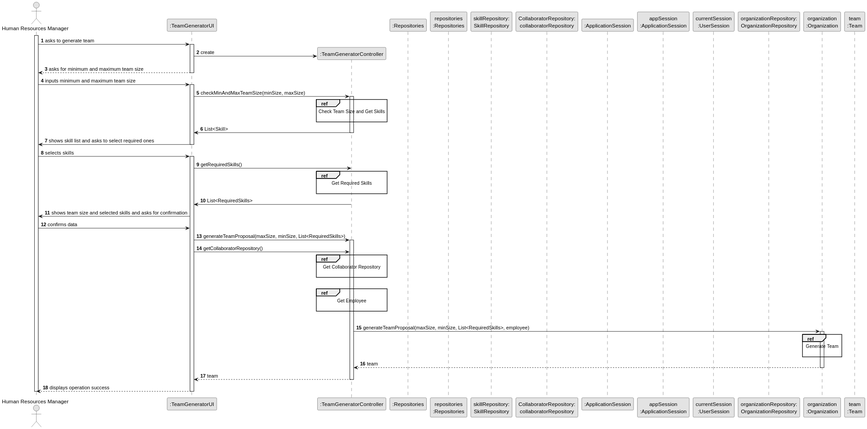
Above: docs/sprint2/us005/03.design/svg/us005-sequence-diagram-split.svg in tiagosoa/lei-24-s2-1dgh-g073 (PlantUML), before the change. Its diagram source:
```plantuml
@startuml
skinparam monochrome true
skinparam packageStyle rectangle
skinparam shadowing false

autonumber

actor "Human Resources Manager" as ADM
participant ":TeamGeneratorUI" as UI
participant ":TeamGeneratorController" as CTRL
participant ":Repositories" as RepositorySingleton
participant "repositories\n:Repositories" as PLAT
participant "skillRepository:\nSkillRepository" as SR
participant "CollaboratorRepository:\ncollaboratorRepository" as CR
participant ":ApplicationSession" as _APP
participant "appSession\n:ApplicationSession" as APP
participant "currentSession\n:UserSession" as SESSAO
participant "organizationRepository:\nOrganizationRepository" as OrganizationRepository
participant "organization\n:Organization" as ORG
participant "team\n:Team" as EQUIPA

activate ADM

        ADM -> UI : asks to generate team

        activate UI

            UI -> CTRL** : create

            UI --> ADM : asks for minimum and maximum team size
        deactivate UI

    ADM -> UI : inputs minimum and maximum team size
    activate UI

        UI -> CTRL : checkMinAndMaxTeamSize(minSize, maxSize)
        activate CTRL

                ref over CTRL
                    Check Team Size and Get Skills

                end ref

        CTRL -> UI : List<Skill>
        deactivate CTRL

    UI -> ADM : shows skill list and asks to select required ones
    deactivate UI

    ADM -> UI : selects skills
    activate UI

    UI -> CTRL : getRequiredSkills()

            ref over CTRL
                Get Required Skills

            end ref

    CTRL -> UI : List<RequiredSkills>
    deactivate CTRL

    UI -> ADM : shows team size and selected skills and asks for confirmation

    ADM -> UI : confirms data

          UI -> CTRL : generateTeamProposal(maxSize, minSize, List<RequiredSkills>)
            activate CTRL

          UI -> CTRL : getCollaboratorRepository()



                    ref over CTRL
                        Get Collaborator Repository

                    end ref
            |||
                               ref over CTRL
                                   Get Employee

                               end ref

            |||
            CTRL -> ORG: generateTeamProposal(maxSize, minSize, List<RequiredSkills>, employee)
            activate ORG

                    ref over ORG
                        Generate Team

                    end ref
                ORG --> CTRL : team

            deactivate ORG

            CTRL --> UI: team
            deactivate CTRL
            UI --> ADM: displays operation success
    deactivate UI

deactivate ADM
@enduml
```
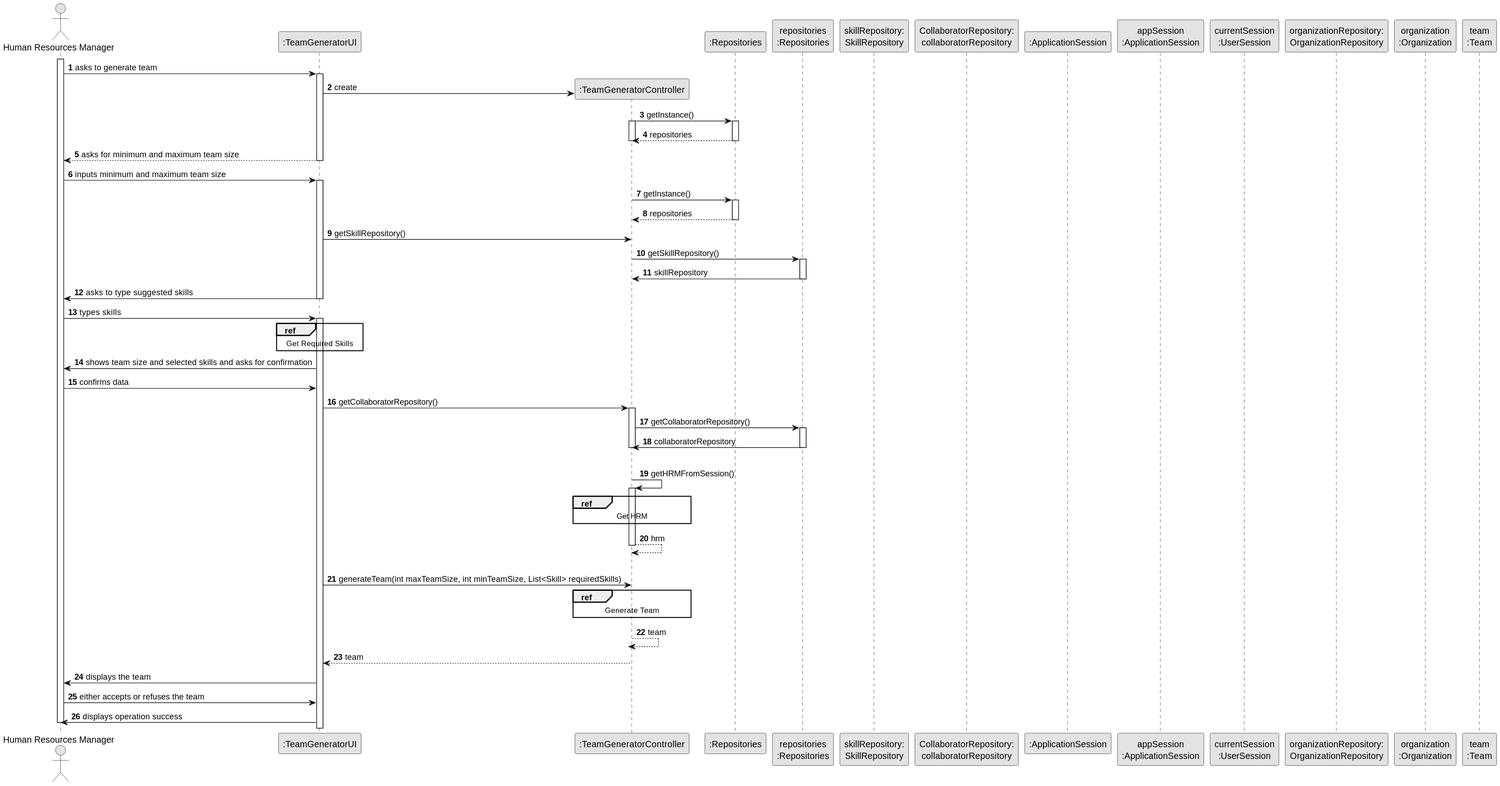
The same file after the commit.

Diff of the diagram source:
```diff
@@ -27,76 +27,91 @@
 
             UI -> CTRL** : create
 
+                CTRL -> RepositorySingleton : getInstance()
+                activate CTRL
+                activate RepositorySingleton
+
+                    RepositorySingleton --> CTRL: repositories
+                deactivate RepositorySingleton
+                deactivate CTRL
+
             UI --> ADM : asks for minimum and maximum team size
         deactivate UI
 
     ADM -> UI : inputs minimum and maximum team size
     activate UI
 
-        UI -> CTRL : checkMinAndMaxTeamSize(minSize, maxSize)
-        activate CTRL
+                        CTRL -> RepositorySingleton : getInstance()
+                        activate RepositorySingleton
 
-                ref over CTRL
-                    Check Team Size and Get Skills
+                            RepositorySingleton --> CTRL: repositories
+                        deactivate RepositorySingleton
 
-                end ref
 
-        CTRL -> UI : List<Skill>
-        deactivate CTRL
+        UI -> CTRL : getSkillRepository()
 
-    UI -> ADM : shows skill list and asks to select required ones
+        CTRL -> PLAT : getSkillRepository()
+                activate PLAT
+
+            PLAT -> CTRL : skillRepository
+            deactivate PLAT
+    UI -> ADM : asks to type suggested skills
     deactivate UI
 
-    ADM -> UI : selects skills
+    ADM -> UI : types skills
     activate UI
 
-    UI -> CTRL : getRequiredSkills()
-
-            ref over CTRL
-                Get Required Skills
-
-            end ref
-
-    CTRL -> UI : List<RequiredSkills>
-    deactivate CTRL
+ref over UI
+Get Required Skills
+end
 
     UI -> ADM : shows team size and selected skills and asks for confirmation
 
     ADM -> UI : confirms data
 
-          UI -> CTRL : generateTeamProposal(maxSize, minSize, List<RequiredSkills>)
-            activate CTRL
-
-          UI -> CTRL : getCollaboratorRepository()
 
 
 
-                    ref over CTRL
-                        Get Collaborator Repository
+          UI -> CTRL : getCollaboratorRepository()
+          activate CTRL
 
-                    end ref
-            |||
-                               ref over CTRL
-                                   Get Employee
 
-                               end ref
+            CTRL -> PLAT : getCollaboratorRepository()
+                activate PLAT
+
+            PLAT -> CTRL : collaboratorRepository
+            deactivate PLAT
+            deactivate CTRL
+
+
 
             |||
-            CTRL -> ORG: generateTeamProposal(maxSize, minSize, List<RequiredSkills>, employee)
-            activate ORG
+            CTRL -> CTRL : getHRMFromSession()
+            activate CTRL
 
-                    ref over ORG
-                        Generate Team
+                ref over CTRL
+                Get HRM
+                end
 
-                    end ref
-                ORG --> CTRL : team
+                CTRL --> CTRL : hrm
+            deactivate CTRL
 
-            deactivate ORG
+            |||
+            UI -> CTRL: generateTeam(int maxTeamSize, int minTeamSize, List<Skill> requiredSkills)
 
-            CTRL --> UI: team
+
+                ref over CTRL
+                Generate Team
+                end
+            CTRL --> CTRL: team
             deactivate CTRL
-            UI --> ADM: displays operation success
-    deactivate UI
+
+                        CTRL --> UI: team
+                        deactivate CTRL
+
+            UI -> ADM: displays the team
+            ADM -> UI: either accepts or refuses the team
+            UI -> ADM: displays operation success
 
 deactivate ADM
 @enduml
```
